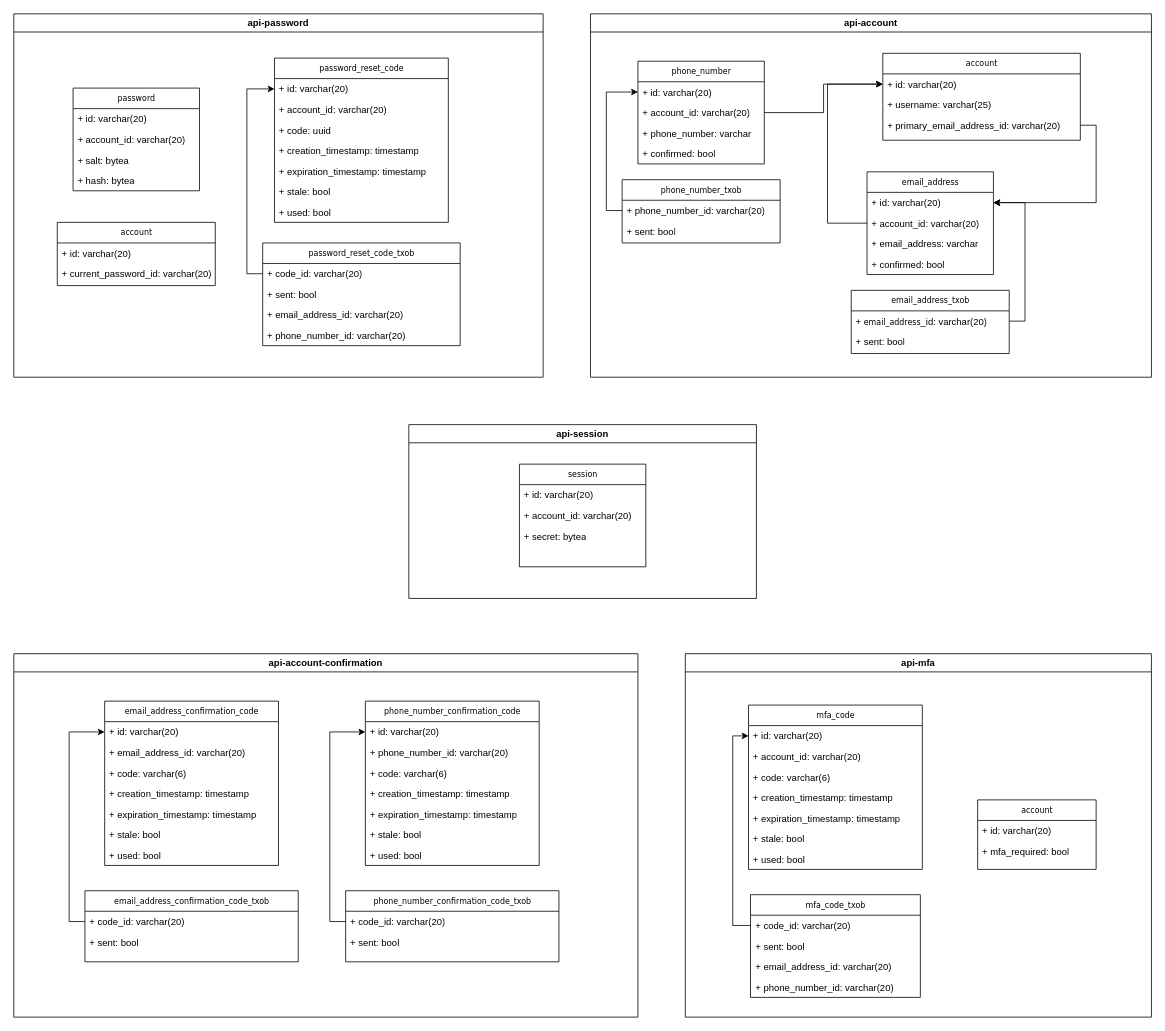
Earlier version of the draw.io diagram page "db-schema" (1 of 5) of architecture.drawio (AlpacaLabs/protorepo). Source tidied: cells renumbered, new cells numbered last; positions are measured from the earlier drawing's top-left corner, leaving out a move shared by most shapes. Both pictures are drawn from the tidied source at 79%, with x=0, y=0 at pixel (13, 13).
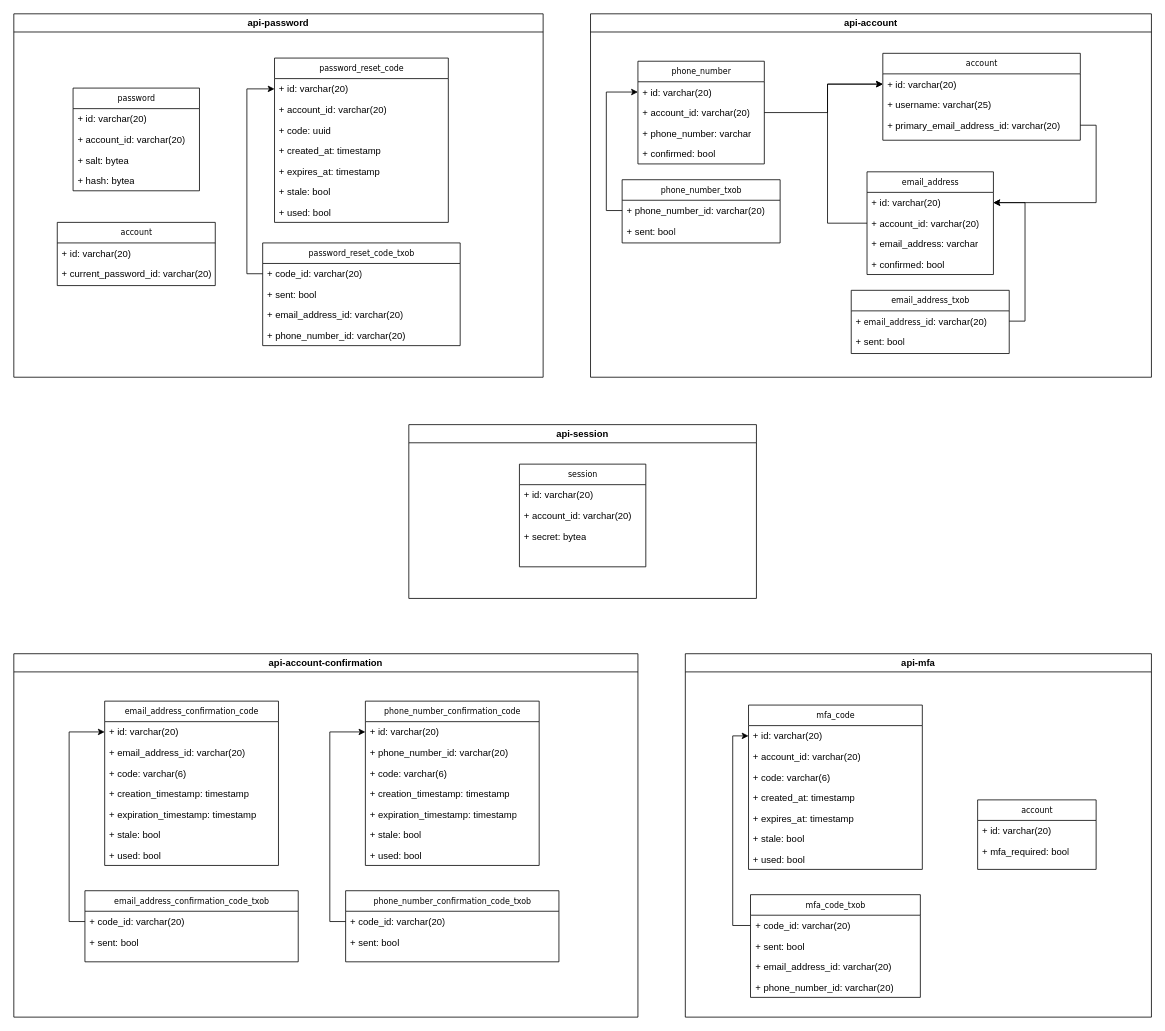
After the change.

Unchanged cells that the change refers to:
```xml
<mxCell id="31" value="mfa_code" style="swimlane;html=1;fontStyle=0;horizontal=1;startSize=26;fillColor=none;swimlaneFillColor=#ffffff;rounded=0;shadow=0;comic=0;labelBackgroundColor=none;strokeWidth=1;fontFamily=Verdana;fontSize=10;align=center;" parent="27" vertex="1">
  <mxGeometry x="80" y="65" width="220" height="208" as="geometry" />
</mxCell>
<mxCell id="46" value="password_reset_code" style="swimlane;html=1;fontStyle=0;horizontal=1;startSize=26;fillColor=none;swimlaneFillColor=#ffffff;rounded=0;shadow=0;comic=0;labelBackgroundColor=none;strokeWidth=1;fontFamily=Verdana;fontSize=10;align=center;" parent="45" vertex="1">
  <mxGeometry x="330" y="56" width="220" height="208" as="geometry" />
</mxCell>
<mxCell id="68" value="api-account" style="swimlane;" parent="1" vertex="1">
  <mxGeometry x="730" width="710" height="460" as="geometry" />
</mxCell>
<mxCell id="71" value="+ account_id: varchar(20)" style="text;html=1;strokeColor=none;fillColor=none;align=left;verticalAlign=top;spacingLeft=4;spacingRight=4;whiteSpace=wrap;overflow=hidden;points=[[0,0.5],[1,0.5]];portConstraint=eastwest;" parent="69" vertex="1">
  <mxGeometry y="52" width="160" height="26" as="geometry" />
</mxCell>
<mxCell id="75" value="+ id: varchar(20)" style="text;html=1;strokeColor=none;fillColor=none;align=left;verticalAlign=top;spacingLeft=4;spacingRight=4;whiteSpace=wrap;overflow=hidden;points=[[0,0.5],[1,0.5]];portConstraint=eastwest;" parent="74" vertex="1">
  <mxGeometry y="26" width="250" height="26" as="geometry" />
</mxCell>
```

The edit, as a diff of the source:
```diff
@@
-    <mxCell id="35" value="+ creation_timestamp: timestamp&lt;span class=&quot;pl-k&quot;&gt;&lt;/span&gt;" style="text;html=1;strokeColor=none;fillColor=none;align=left;verticalAlign=top;spacingLeft=4;spacingRight=4;whiteSpace=wrap;overflow=hidden;" parent="31" vertex="1">
+    <mxCell id="35" value="+ created_at: timestamp&lt;span class=&quot;pl-k&quot;&gt;&lt;/span&gt;" style="text;html=1;strokeColor=none;fillColor=none;align=left;verticalAlign=top;spacingLeft=4;spacingRight=4;whiteSpace=wrap;overflow=hidden;" parent="31" vertex="1">
       <mxGeometry y="104" width="220" height="26" as="geometry" />
     </mxCell>
-    <mxCell id="36" value="+ expiration_timestamp: timestamp&lt;span class=&quot;pl-k&quot;&gt;&lt;/span&gt;" style="text;html=1;strokeColor=none;fillColor=none;align=left;verticalAlign=top;spacingLeft=4;spacingRight=4;whiteSpace=wrap;overflow=hidden;" parent="31" vertex="1">
+    <mxCell id="36" value="+ expires_at: timestamp&lt;span class=&quot;pl-k&quot;&gt;&lt;/span&gt;" style="text;html=1;strokeColor=none;fillColor=none;align=left;verticalAlign=top;spacingLeft=4;spacingRight=4;whiteSpace=wrap;overflow=hidden;" parent="31" vertex="1">
       <mxGeometry y="130" width="220" height="26" as="geometry" />
     </mxCell>
@@
-    <mxCell id="50" value="+ creation_timestamp: timestamp&lt;span class=&quot;pl-k&quot;&gt;&lt;/span&gt;" style="text;html=1;strokeColor=none;fillColor=none;align=left;verticalAlign=top;spacingLeft=4;spacingRight=4;whiteSpace=wrap;overflow=hidden;" parent="46" vertex="1">
+    <mxCell id="50" value="+ created_at: timestamp&lt;span class=&quot;pl-k&quot;&gt;&lt;/span&gt;" style="text;html=1;strokeColor=none;fillColor=none;align=left;verticalAlign=top;spacingLeft=4;spacingRight=4;whiteSpace=wrap;overflow=hidden;" parent="46" vertex="1">
       <mxGeometry y="104" width="220" height="26" as="geometry" />
     </mxCell>
-    <mxCell id="51" value="+ expiration_timestamp: timestamp&lt;span class=&quot;pl-k&quot;&gt;&lt;/span&gt;" style="text;html=1;strokeColor=none;fillColor=none;align=left;verticalAlign=top;spacingLeft=4;spacingRight=4;whiteSpace=wrap;overflow=hidden;" parent="46" vertex="1">
+    <mxCell id="51" value="+ expires_at: timestamp&lt;span class=&quot;pl-k&quot;&gt;&lt;/span&gt;" style="text;html=1;strokeColor=none;fillColor=none;align=left;verticalAlign=top;spacingLeft=4;spacingRight=4;whiteSpace=wrap;overflow=hidden;" parent="46" vertex="1">
       <mxGeometry y="130" width="220" height="26" as="geometry" />
     </mxCell>
@@
     <mxCell id="87" style="edgeStyle=orthogonalEdgeStyle;rounded=0;jettySize=auto;html=1;exitX=1;exitY=0.5;exitDx=0;exitDy=0;entryX=0;entryY=0.5;entryDx=0;entryDy=0;" parent="68" edge="1" source="71" target="75">
-      <mxGeometry relative="1" as="geometry" />
+      <mxGeometry relative="1" as="geometry">
+        <Array as="points">
+          <mxPoint x="300" y="125" />
+          <mxPoint x="300" y="89" />
+        </Array>
+      </mxGeometry>
     </mxCell>
```
